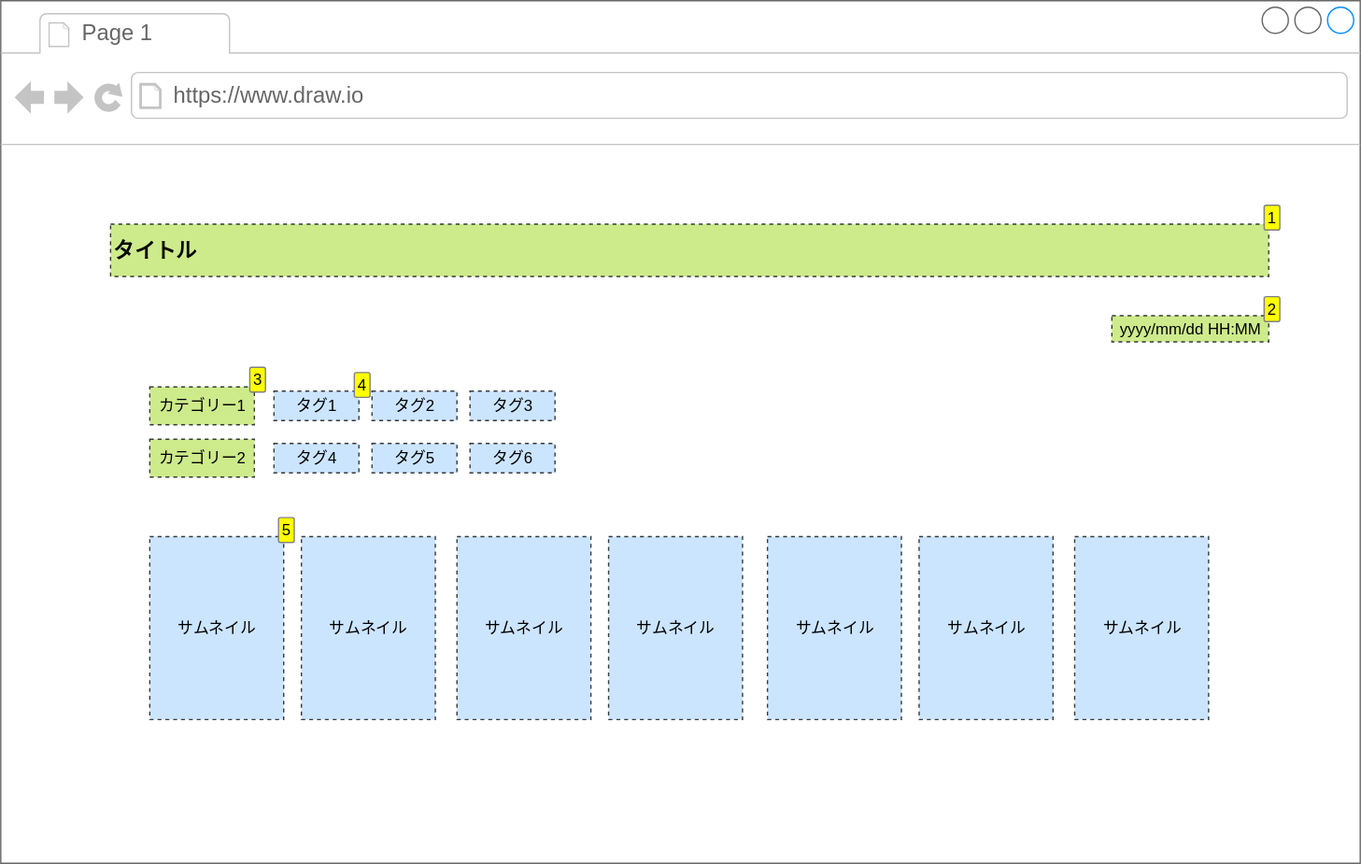
hachimitu22/MangaViewer keeps this draw.io diagram as doc/3_screens/pages/メディア詳細/wireframe.drawio.svg. Above is the earlier version. Source tidied: cells renumbered, new cells last; positions are measured from the earlier drawing's top-left corner, leaving out a move shared by most shapes.
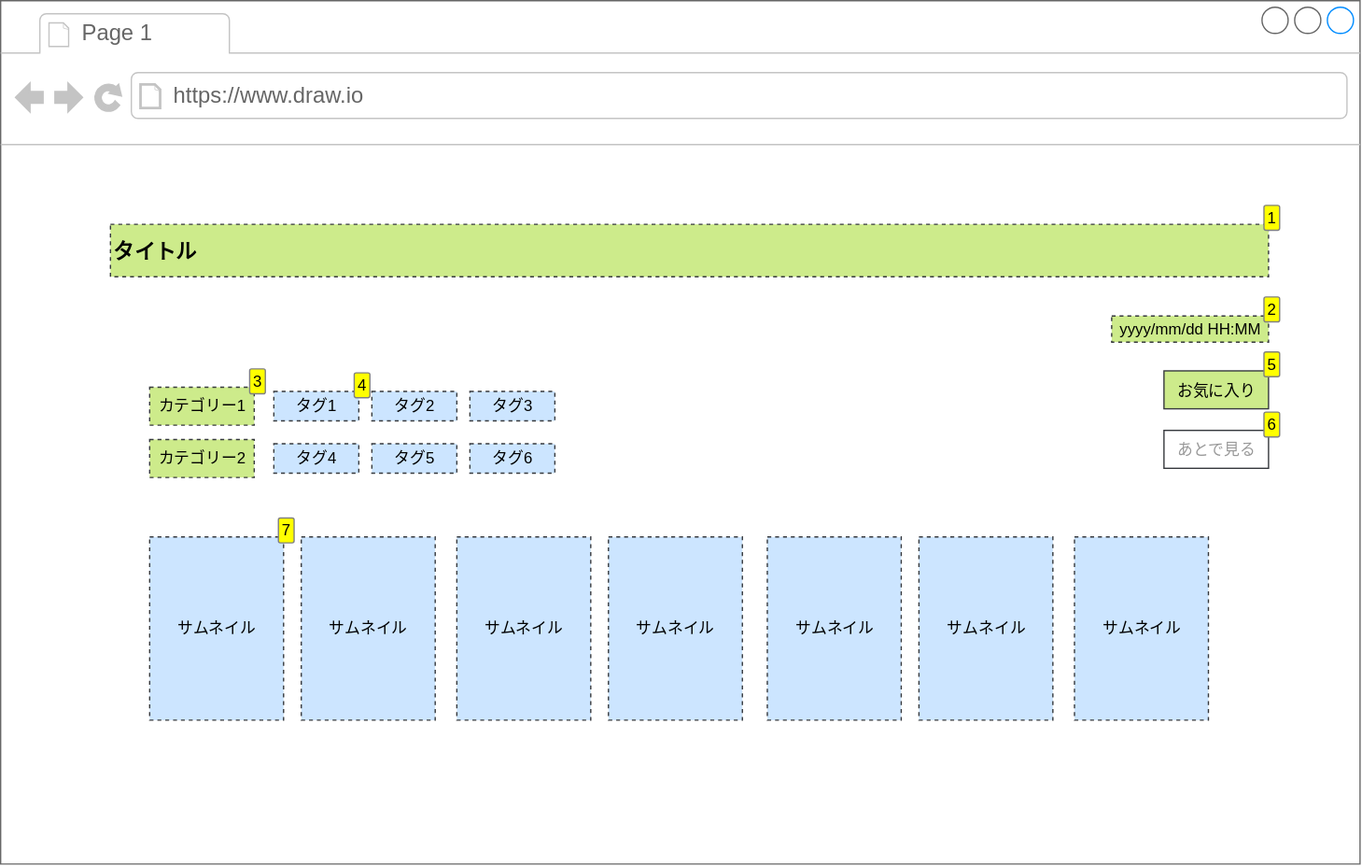
Above is the later version.

The edit, as a diff of the source:
```diff
@@ -23,6 +23,12 @@
     <mxCell id="8" value="タグ1" style="text;html=1;strokeColor=#36393d;fillColor=#cce5ff;align=center;verticalAlign=middle;whiteSpace=wrap;rounded=0;dashed=1;enumerate=1;" parent="2" vertex="1">
       <mxGeometry x="209" y="298.8" width="65" height="22.5" as="geometry" />
     </mxCell>
+    <mxCell id="22" value="お気に入り" style="text;html=1;strokeColor=#36393d;fillColor=#cdeb8b;align=center;verticalAlign=middle;whiteSpace=wrap;rounded=0;enumerate=1;" parent="2" vertex="1">
+      <mxGeometry x="890" y="283" width="80" height="29" as="geometry" />
+    </mxCell>
+    <mxCell id="23" value="あとで見る" style="text;html=1;strokeColor=#36393d;fillColor=none;align=center;verticalAlign=middle;whiteSpace=wrap;rounded=0;enumerate=1;fontColor=#999999;" parent="2" vertex="1">
+      <mxGeometry x="890" y="328.5" width="80" height="29" as="geometry" />
+    </mxCell>
     <mxCell id="9" value="サムネイル" style="rounded=0;whiteSpace=wrap;html=1;fillColor=#cce5ff;strokeColor=#36393d;dashed=1;enumerate=1;" parent="2" vertex="1">
       <mxGeometry x="114" y="410" width="102.5" height="140" as="geometry" />
     </mxCell>
```
